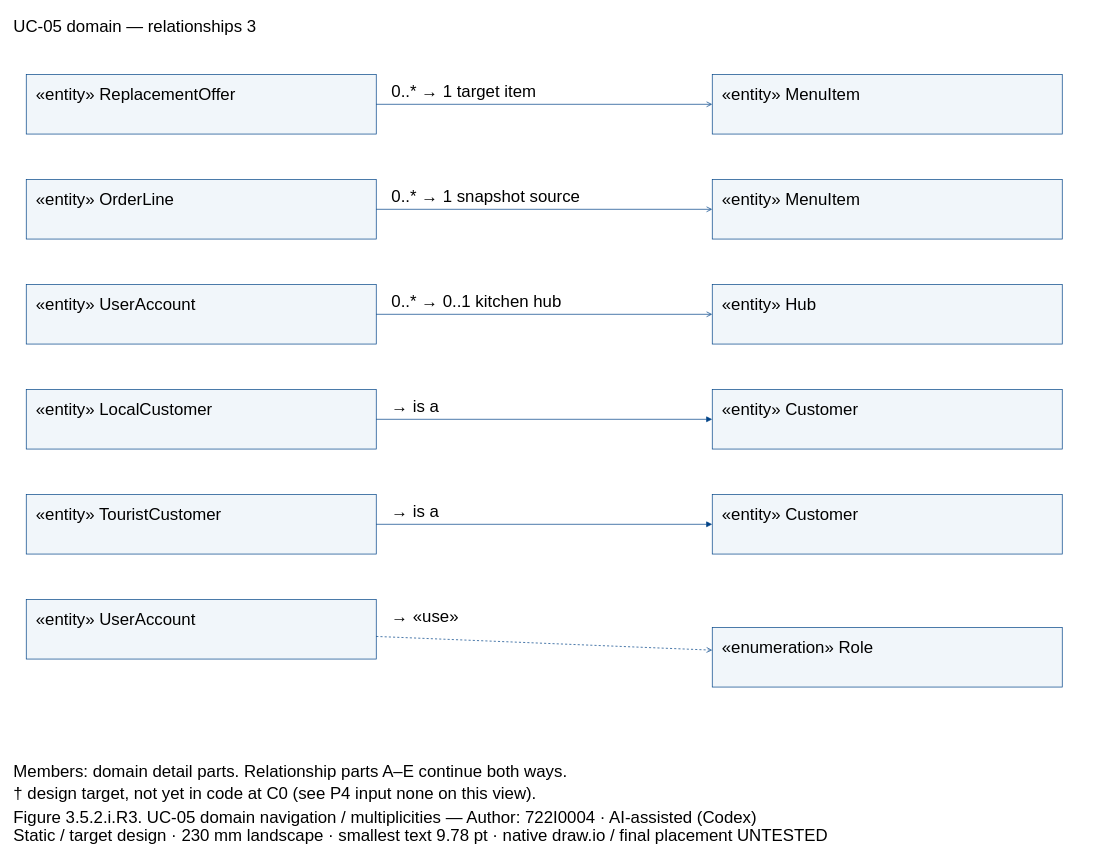
This is models/UC-05/dcd_uc05_domain_links_PartC.drawio from Dat071104/SaigonBite, a draw.io file, before an edit. Source tidied: cells renumbered, new cells numbered last; positions are measured from the earlier drawing's top-left corner, leaving out a move shared by most shapes. Both pictures are drawn from the tidied source at 70%, with x=0, y=0 at pixel (12, 12).
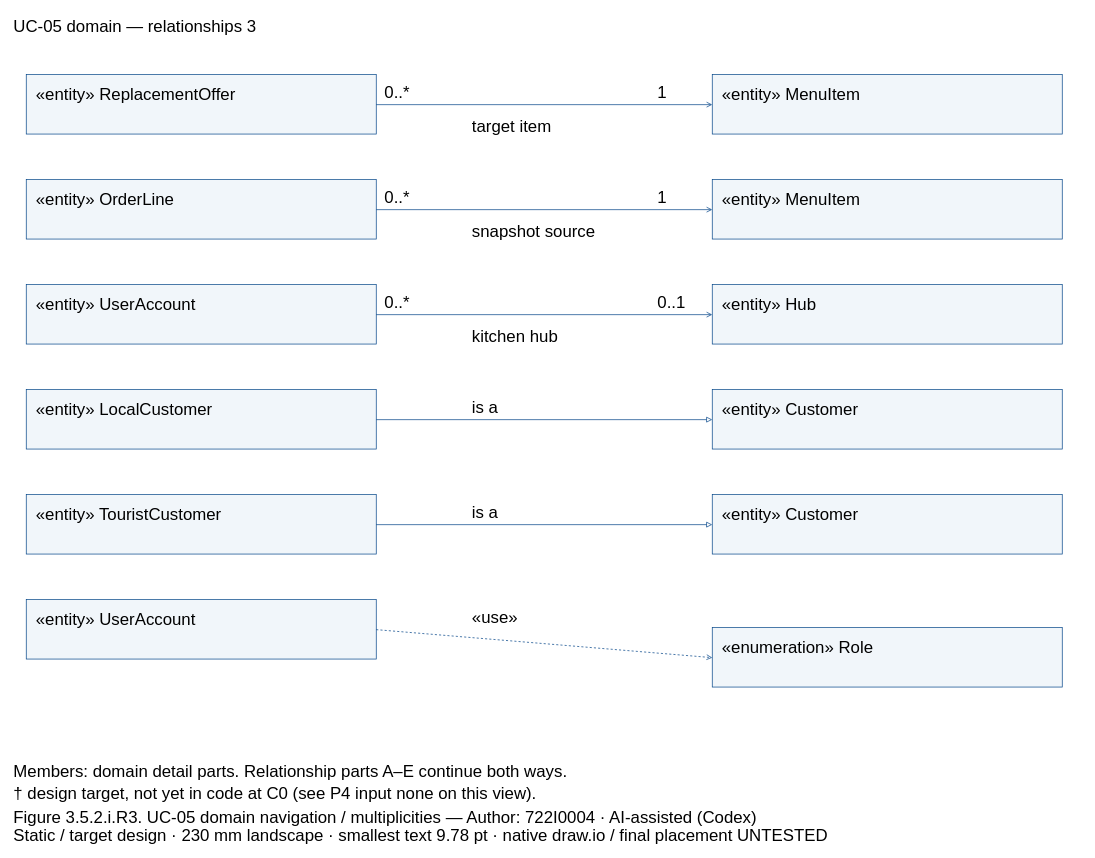
The same page after the edit.

Unchanged cells that the change refers to:
```xml
<mxCell id="3" style="fillColor=#F1F6FA;strokeColor=#004387;fontFamily=Arial;fontSize=24;whiteSpace=wrap;html=0;" parent="1" vertex="1">
  <mxGeometry x="20" y="89" width="500" height="85" as="geometry" />
</mxCell>
<mxCell id="5" style="fillColor=#F1F6FA;strokeColor=#004387;fontFamily=Arial;fontSize=24;whiteSpace=wrap;html=0;" parent="1" vertex="1">
  <mxGeometry x="1000" y="89" width="500" height="85" as="geometry" />
</mxCell>
<mxCell id="7" style="fillColor=#F1F6FA;strokeColor=#004387;fontFamily=Arial;fontSize=24;whiteSpace=wrap;html=0;" parent="1" vertex="1">
  <mxGeometry x="20" y="239" width="500" height="85" as="geometry" />
</mxCell>
<mxCell id="9" style="fillColor=#F1F6FA;strokeColor=#004387;fontFamily=Arial;fontSize=24;whiteSpace=wrap;html=0;" parent="1" vertex="1">
  <mxGeometry x="1000" y="239" width="500" height="85" as="geometry" />
</mxCell>
<mxCell id="11" style="fillColor=#F1F6FA;strokeColor=#004387;fontFamily=Arial;fontSize=24;whiteSpace=wrap;html=0;" parent="1" vertex="1">
  <mxGeometry x="20" y="389" width="500" height="85" as="geometry" />
</mxCell>
<mxCell id="13" style="fillColor=#F1F6FA;strokeColor=#004387;fontFamily=Arial;fontSize=24;whiteSpace=wrap;html=0;" parent="1" vertex="1">
  <mxGeometry x="1000" y="389" width="500" height="85" as="geometry" />
</mxCell>
<mxCell id="15" style="fillColor=#F1F6FA;strokeColor=#004387;fontFamily=Arial;fontSize=24;whiteSpace=wrap;html=0;" parent="1" vertex="1">
  <mxGeometry x="20" y="539" width="500" height="85" as="geometry" />
</mxCell>
<mxCell id="17" style="fillColor=#F1F6FA;strokeColor=#004387;fontFamily=Arial;fontSize=24;whiteSpace=wrap;html=0;" parent="1" vertex="1">
  <mxGeometry x="1000" y="539" width="500" height="85" as="geometry" />
</mxCell>
<mxCell id="19" style="fillColor=#F1F6FA;strokeColor=#004387;fontFamily=Arial;fontSize=24;whiteSpace=wrap;html=0;" parent="1" vertex="1">
  <mxGeometry x="20" y="689" width="500" height="85" as="geometry" />
</mxCell>
<mxCell id="21" style="fillColor=#F1F6FA;strokeColor=#004387;fontFamily=Arial;fontSize=24;whiteSpace=wrap;html=0;" parent="1" vertex="1">
  <mxGeometry x="1000" y="689" width="500" height="85" as="geometry" />
</mxCell>
<mxCell id="23" style="fillColor=#F1F6FA;strokeColor=#004387;fontFamily=Arial;fontSize=24;whiteSpace=wrap;html=0;" parent="1" vertex="1">
  <mxGeometry x="20" y="839" width="500" height="85" as="geometry" />
</mxCell>
<mxCell id="25" style="fillColor=#F1F6FA;strokeColor=#004387;fontFamily=Arial;fontSize=24;whiteSpace=wrap;html=0;" parent="1" vertex="1">
  <mxGeometry x="1000" y="879" width="500" height="85" as="geometry" />
</mxCell>
```

The edit, as a diff of the source:
```diff
@@
-    <mxCell id="27" style="edgeStyle=none;endArrow=open;strokeColor=#004387;" parent="1" edge="1" source="3" target="5">
+    <mxCell id="27" style="edgeStyle=none;endArrow=open;endFill=0;strokeColor=#004387;exitX=1.0;exitY=0.5058823529411764;exitPerimeter=0;entryX=0.0;entryY=0.5058823529411764;entryPerimeter=0;" parent="1" edge="1" source="3" target="5">
       <mxGeometry relative="1" as="geometry" />
     </mxCell>
-    <mxCell id="28" value="0..* → 1 target item" style="text;align=left;verticalAlign=top;strokeColor=none;fillColor=none;fontFamily=Arial;fontSize=24;whiteSpace=wrap;html=0;" parent="1" vertex="1">
-      <mxGeometry x="540" y="93" width="440" height="27.6" as="geometry" />
-    </mxCell>
+    <mxCell id="43" value="0..*" style="text;align=left;verticalAlign=top;strokeColor=none;fillColor=none;fontFamily=Arial;fontSize=24;whiteSpace=wrap;html=0;" parent="1" vertex="1">
+      <mxGeometry x="530" y="94" width="70" height="27.6" as="geometry" />
+    </mxCell>
+    <mxCell id="44" value="1" style="text;align=left;verticalAlign=top;strokeColor=none;fillColor=none;fontFamily=Arial;fontSize=24;whiteSpace=wrap;html=0;" parent="1" vertex="1">
+      <mxGeometry x="920" y="94" width="70" height="27.6" as="geometry" />
+    </mxCell>
+    <mxCell id="45" value="target item" style="text;align=left;verticalAlign=top;strokeColor=none;fillColor=none;fontFamily=Arial;fontSize=24;whiteSpace=wrap;html=0;" parent="1" vertex="1">
+      <mxGeometry x="655" y="142" width="330" height="27.6" as="geometry" />
+    </mxCell>
-    <mxCell id="29" style="edgeStyle=none;endArrow=open;strokeColor=#004387;" parent="1" edge="1" source="7" target="9">
+    <mxCell id="29" style="edgeStyle=none;endArrow=open;endFill=0;strokeColor=#004387;exitX=1.0;exitY=0.5058823529411764;exitPerimeter=0;entryX=0.0;entryY=0.5058823529411764;entryPerimeter=0;" parent="1" edge="1" source="7" target="9">
       <mxGeometry relative="1" as="geometry" />
     </mxCell>
-    <mxCell id="30" value="0..* → 1 snapshot source" style="text;align=left;verticalAlign=top;strokeColor=none;fillColor=none;fontFamily=Arial;fontSize=24;whiteSpace=wrap;html=0;" parent="1" vertex="1">
-      <mxGeometry x="540" y="243" width="440" height="27.6" as="geometry" />
-    </mxCell>
+    <mxCell id="46" value="0..*" style="text;align=left;verticalAlign=top;strokeColor=none;fillColor=none;fontFamily=Arial;fontSize=24;whiteSpace=wrap;html=0;" parent="1" vertex="1">
+      <mxGeometry x="530" y="244" width="70" height="27.6" as="geometry" />
+    </mxCell>
+    <mxCell id="47" value="1" style="text;align=left;verticalAlign=top;strokeColor=none;fillColor=none;fontFamily=Arial;fontSize=24;whiteSpace=wrap;html=0;" parent="1" vertex="1">
+      <mxGeometry x="920" y="244" width="70" height="27.6" as="geometry" />
+    </mxCell>
+    <mxCell id="48" value="snapshot source" style="text;align=left;verticalAlign=top;strokeColor=none;fillColor=none;fontFamily=Arial;fontSize=24;whiteSpace=wrap;html=0;" parent="1" vertex="1">
+      <mxGeometry x="655" y="292" width="330" height="27.6" as="geometry" />
+    </mxCell>
-    <mxCell id="31" style="edgeStyle=none;endArrow=open;strokeColor=#004387;" parent="1" edge="1" source="11" target="13">
+    <mxCell id="31" style="edgeStyle=none;endArrow=open;endFill=0;strokeColor=#004387;exitX=1.0;exitY=0.5058823529411764;exitPerimeter=0;entryX=0.0;entryY=0.5058823529411764;entryPerimeter=0;" parent="1" edge="1" source="11" target="13">
       <mxGeometry relative="1" as="geometry" />
     </mxCell>
-    <mxCell id="32" value="0..* → 0..1 kitchen hub" style="text;align=left;verticalAlign=top;strokeColor=none;fillColor=none;fontFamily=Arial;fontSize=24;whiteSpace=wrap;html=0;" parent="1" vertex="1">
-      <mxGeometry x="540" y="393" width="440" height="27.6" as="geometry" />
-    </mxCell>
+    <mxCell id="49" value="0..*" style="text;align=left;verticalAlign=top;strokeColor=none;fillColor=none;fontFamily=Arial;fontSize=24;whiteSpace=wrap;html=0;" parent="1" vertex="1">
+      <mxGeometry x="530" y="394" width="70" height="27.6" as="geometry" />
+    </mxCell>
+    <mxCell id="50" value="0..1" style="text;align=left;verticalAlign=top;strokeColor=none;fillColor=none;fontFamily=Arial;fontSize=24;whiteSpace=wrap;html=0;" parent="1" vertex="1">
+      <mxGeometry x="920" y="394" width="70" height="27.6" as="geometry" />
+    </mxCell>
+    <mxCell id="51" value="kitchen hub" style="text;align=left;verticalAlign=top;strokeColor=none;fillColor=none;fontFamily=Arial;fontSize=24;whiteSpace=wrap;html=0;" parent="1" vertex="1">
+      <mxGeometry x="655" y="442" width="330" height="27.6" as="geometry" />
+    </mxCell>
-    <mxCell id="33" style="edgeStyle=none;endArrow=block;strokeColor=#004387;" parent="1" edge="1" source="15" target="17">
+    <mxCell id="33" style="edgeStyle=none;endArrow=block;endFill=0;strokeColor=#004387;exitX=1.0;exitY=0.5058823529411764;exitPerimeter=0;entryX=0.0;entryY=0.5058823529411764;entryPerimeter=0;" parent="1" edge="1" source="15" target="17">
       <mxGeometry relative="1" as="geometry" />
     </mxCell>
-    <mxCell id="34" value="→ is a" style="text;align=left;verticalAlign=top;strokeColor=none;fillColor=none;fontFamily=Arial;fontSize=24;whiteSpace=wrap;html=0;" parent="1" vertex="1">
-      <mxGeometry x="540" y="543" width="440" height="27.6" as="geometry" />
-    </mxCell>
+    <mxCell id="52" value="is a" style="text;align=left;verticalAlign=top;strokeColor=none;fillColor=none;fontFamily=Arial;fontSize=24;whiteSpace=wrap;html=0;" parent="1" vertex="1">
+      <mxGeometry x="655" y="544" width="330" height="27.6" as="geometry" />
+    </mxCell>
-    <mxCell id="35" style="edgeStyle=none;endArrow=block;strokeColor=#004387;" parent="1" edge="1" source="19" target="21">
+    <mxCell id="35" style="edgeStyle=none;endArrow=block;endFill=0;strokeColor=#004387;exitX=1.0;exitY=0.5058823529411764;exitPerimeter=0;entryX=0.0;entryY=0.5058823529411764;entryPerimeter=0;" parent="1" edge="1" source="19" target="21">
       <mxGeometry relative="1" as="geometry" />
     </mxCell>
-    <mxCell id="36" value="→ is a" style="text;align=left;verticalAlign=top;strokeColor=none;fillColor=none;fontFamily=Arial;fontSize=24;whiteSpace=wrap;html=0;" parent="1" vertex="1">
-      <mxGeometry x="540" y="693" width="440" height="27.6" as="geometry" />
-    </mxCell>
+    <mxCell id="53" value="is a" style="text;align=left;verticalAlign=top;strokeColor=none;fillColor=none;fontFamily=Arial;fontSize=24;whiteSpace=wrap;html=0;" parent="1" vertex="1">
+      <mxGeometry x="655" y="694" width="330" height="27.6" as="geometry" />
+    </mxCell>
-    <mxCell id="37" style="edgeStyle=none;endArrow=open;dashed=1;strokeColor=#004387;" parent="1" edge="1" source="23" target="25">
+    <mxCell id="37" style="edgeStyle=none;endArrow=open;endFill=0;dashed=1;strokeColor=#004387;exitX=1.0;exitY=0.5058823529411764;exitPerimeter=0;entryX=0.0;entryY=0.5058823529411764;entryPerimeter=0;" parent="1" edge="1" source="23" target="25">
       <mxGeometry relative="1" as="geometry" />
     </mxCell>
-    <mxCell id="38" value="→ «use»" style="text;align=left;verticalAlign=top;strokeColor=none;fillColor=none;fontFamily=Arial;fontSize=24;whiteSpace=wrap;html=0;" parent="1" vertex="1">
-      <mxGeometry x="540" y="843" width="440" height="27.6" as="geometry" />
-    </mxCell>
+    <mxCell id="54" value="«use»" style="text;align=left;verticalAlign=top;strokeColor=none;fillColor=none;fontFamily=Arial;fontSize=24;whiteSpace=wrap;html=0;" parent="1" vertex="1">
+      <mxGeometry x="655" y="844" width="330" height="27.6" as="geometry" />
+    </mxCell>
```
